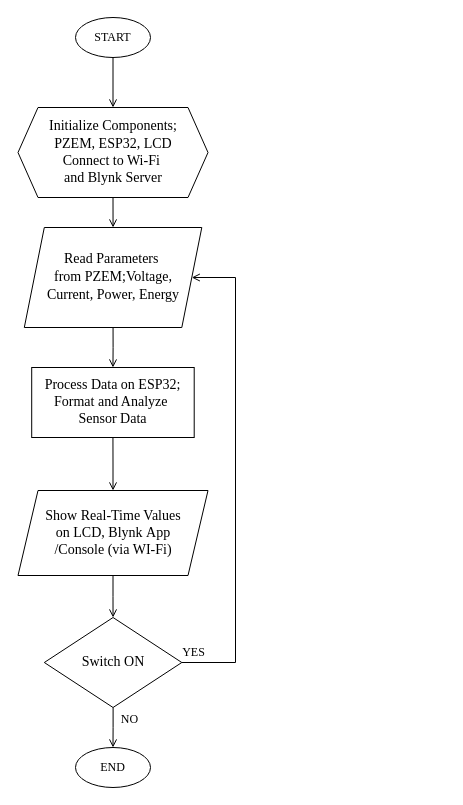
This is Control Flowchart.drawio from Adeolu-Aremu/AIoT-Energy-Meter, a draw.io file, before an edit. Source tidied: cells renumbered, new cells numbered last; positions are measured from the earlier drawing's top-left corner, leaving out a move shared by most shapes. Both pictures are drawn from the tidied source at 100%, with x=0, y=0 at pixel (17, 17).
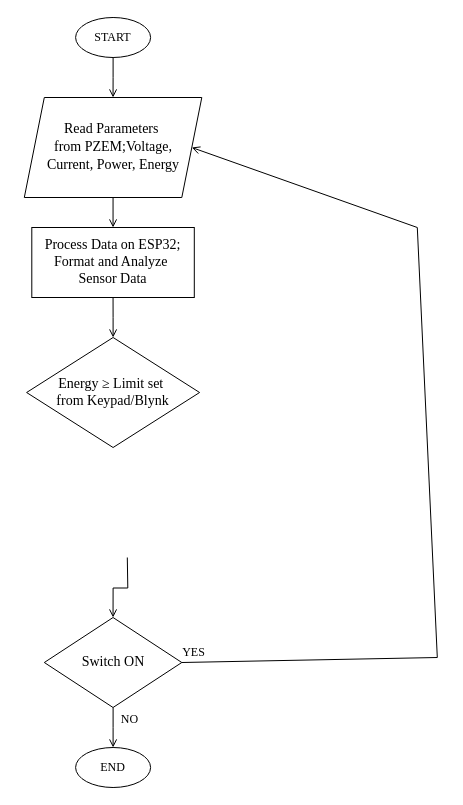
The same page after the edit.

What changed in the source:
```diff
@@
 <mxGraphModel>
   <root>
     <mxCell id="0" />
     <mxCell id="1" parent="0" />
     <mxCell id="2" value="&lt;font face=&quot;Times New Roman&quot;&gt;START&lt;/font&gt;" style="ellipse;whiteSpace=wrap;html=1;" parent="1" vertex="1">
-      <mxGeometry x="58" width="75" height="40" as="geometry" />
+      <mxGeometry x="58.1" width="75" height="40" as="geometry" />
     </mxCell>
     <mxCell id="3" value="&lt;div style=&quot;text-wrap-mode: nowrap;&quot;&gt;&lt;font style=&quot;font-size: 14px;&quot; face=&quot;Times New Roman&quot;&gt;Read Parameters&amp;nbsp;&lt;/font&gt;&lt;/div&gt;&lt;div style=&quot;text-wrap-mode: nowrap;&quot;&gt;&lt;font style=&quot;font-size: 14px;&quot;&gt;&lt;font face=&quot;Times New Roman&quot;&gt;from PZEM;&lt;/font&gt;&lt;span style=&quot;font-family: &amp;quot;Times New Roman&amp;quot;; background-color: transparent; color: light-dark(rgb(0, 0, 0), rgb(255, 255, 255));&quot;&gt;Voltage,&lt;/span&gt;&lt;/font&gt;&lt;/div&gt;&lt;div style=&quot;text-wrap-mode: nowrap;&quot;&gt;&lt;font style=&quot;font-size: 14px;&quot;&gt;&lt;span style=&quot;font-family: &amp;quot;Times New Roman&amp;quot;; background-color: transparent; color: light-dark(rgb(0, 0, 0), rgb(255, 255, 255));&quot;&gt;Current,&amp;nbsp;&lt;/span&gt;&lt;span style=&quot;font-family: &amp;quot;Times New Roman&amp;quot;; background-color: transparent; color: light-dark(rgb(0, 0, 0), rgb(255, 255, 255));&quot;&gt;Power,&amp;nbsp;&lt;/span&gt;&lt;span style=&quot;font-family: &amp;quot;Times New Roman&amp;quot;; background-color: transparent; color: light-dark(rgb(0, 0, 0), rgb(255, 255, 255));&quot;&gt;Energy&lt;/span&gt;&lt;/font&gt;&lt;/div&gt;" style="shape=parallelogram;perimeter=parallelogramPerimeter;whiteSpace=wrap;html=1;fixedSize=1;" parent="1" vertex="1">
-      <mxGeometry x="6.8" y="210" width="177.5" height="100" as="geometry" />
+      <mxGeometry x="6.8" y="80" width="177.5" height="100" as="geometry" />
     </mxCell>
-    <mxCell id="4" style="edgeStyle=orthogonalEdgeStyle;rounded=0;jettySize=auto;html=1;endArrow=open;endFill=0;entryX=0.5;entryY=0;entryDx=0;entryDy=0;entryPerimeter=0;" parent="1" edge="1" source="5" target="9">
-      <mxGeometry relative="1" as="geometry" />
+    <mxCell id="4" style="edgeStyle=orthogonalEdgeStyle;rounded=0;jettySize=auto;html=1;endArrow=open;endFill=0;entryX=0.5;entryY=0;entryDx=0;entryDy=0;entryPerimeter=0;" parent="1" edge="1" target="9">
+      <mxGeometry relative="1" as="geometry">
+        <mxPoint x="109.8" y="540" as="sourcePoint" />
+      </mxGeometry>
     </mxCell>
-    <mxCell id="5" value="&lt;div style=&quot;text-wrap-mode: nowrap;&quot;&gt;&lt;span style=&quot;background-color: transparent; color: light-dark(rgb(0, 0, 0), rgb(255, 255, 255));&quot;&gt;&lt;font style=&quot;font-size: 14px;&quot; face=&quot;Times New Roman&quot;&gt;Show Real-Time Values&lt;/font&gt;&lt;/span&gt;&lt;/div&gt;&lt;div style=&quot;text-wrap-mode: nowrap;&quot;&gt;&lt;font style=&quot;font-size: 14px; background-color: transparent; color: light-dark(rgb(0, 0, 0), rgb(255, 255, 255));&quot; face=&quot;Times New Roman&quot;&gt;&amp;nbsp;on LCD,&lt;/font&gt;&lt;span style=&quot;font-size: 14px; background-color: transparent; color: light-dark(rgb(0, 0, 0), rgb(255, 255, 255)); font-family: &amp;quot;Times New Roman&amp;quot;;&quot;&gt;&amp;nbsp;Blynk&amp;nbsp;&lt;/span&gt;&lt;span style=&quot;font-size: 14px; font-family: &amp;quot;Times New Roman&amp;quot;; background-color: transparent; color: light-dark(rgb(0, 0, 0), rgb(255, 255, 255));&quot;&gt;App&amp;nbsp;&lt;/span&gt;&lt;/div&gt;&lt;div style=&quot;text-wrap-mode: nowrap;&quot;&gt;&lt;span style=&quot;font-size: 14px; font-family: &amp;quot;Times New Roman&amp;quot;; background-color: transparent; color: light-dark(rgb(0, 0, 0), rgb(255, 255, 255));&quot;&gt;/Console (via WI-Fi)&lt;/span&gt;&lt;/div&gt;" style="shape=parallelogram;perimeter=parallelogramPerimeter;whiteSpace=wrap;html=1;fixedSize=1;" parent="1" vertex="1">
-      <mxGeometry x="0.5" y="473" width="190" height="85" as="geometry" />
-    </mxCell>
     <mxCell id="6" value="&lt;font face=&quot;Times New Roman&quot;&gt;END&lt;/font&gt;" style="ellipse;whiteSpace=wrap;html=1;" parent="1" vertex="1">
-      <mxGeometry x="58" y="730" width="75" height="40" as="geometry" />
+      <mxGeometry x="58.1" y="730" width="75" height="40" as="geometry" />
     </mxCell>
     <mxCell id="7" style="endArrow=open;html=1;rounded=0;exitX=1;exitY=0.5;exitDx=0;exitDy=0;entryX=1;entryY=0.5;entryDx=0;entryDy=0;endFill=0;exitPerimeter=0;" parent="1" edge="1" source="9" target="3">
       <mxGeometry relative="1" as="geometry">
         <Array as="points">
-          <mxPoint x="218" y="645" />
-          <mxPoint x="218" y="260" />
+          <mxPoint x="419.8" y="640" />
+          <mxPoint x="399.8" y="210" />
         </Array>
       </mxGeometry>
     </mxCell>
     <mxCell id="8" style="edgeStyle=orthogonalEdgeStyle;rounded=0;jettySize=auto;html=1;endArrow=open;endFill=0;" parent="1" edge="1" source="9" target="6">
       <mxGeometry relative="1" as="geometry" />
     </mxCell>
     <mxCell id="9" value="&lt;font style=&quot;font-size: 14px;&quot; face=&quot;Times New Roman&quot;&gt;Switch ON&lt;/font&gt;" style="strokeWidth=1;html=1;shape=mxgraph.flowchart.decision;whiteSpace=wrap;" parent="1" vertex="1">
       <mxGeometry x="26.8" y="600" width="137.5" height="90" as="geometry" />
     </mxCell>
     <mxCell id="10" value="&lt;h6&gt;&lt;span style=&quot;color: light-dark(rgb(0, 0, 0), rgb(255, 255, 255)); font-weight: normal;&quot;&gt;&lt;font style=&quot;font-size: 12px;&quot; face=&quot;Times New Roman&quot;&gt;NO&lt;/font&gt;&lt;/span&gt;&lt;/h6&gt;&lt;div&gt;&lt;/div&gt;" style="text;html=1;align=center;verticalAlign=middle;strokeColor=none;fillColor=none;" parent="1" vertex="1">
-      <mxGeometry x="92" y="667" width="40" height="70" as="geometry" />
+      <mxGeometry x="92.1" y="667" width="40" height="70" as="geometry" />
     </mxCell>
     <mxCell id="11" value="&lt;div style=&quot;text-wrap-mode: nowrap;&quot;&gt;&lt;font style=&quot;font-size: 14px;&quot; face=&quot;Times New Roman&quot;&gt;Process Data on ESP32;&lt;/font&gt;&lt;/div&gt;&lt;div style=&quot;text-wrap-mode: nowrap;&quot;&gt;&lt;font style=&quot;font-size: 14px;&quot; face=&quot;Times New Roman&quot;&gt;Format and Analyze&amp;nbsp;&lt;/font&gt;&lt;/div&gt;&lt;div style=&quot;text-wrap-mode: nowrap;&quot;&gt;&lt;font style=&quot;font-size: 14px;&quot; face=&quot;Times New Roman&quot;&gt;Sensor Data&lt;/font&gt;&lt;/div&gt;" style="rounded=0;whiteSpace=wrap;html=1;" parent="1" vertex="1">
-      <mxGeometry x="14.2" y="350" width="162.5" height="70" as="geometry" />
+      <mxGeometry x="14.3" y="210" width="162.5" height="70" as="geometry" />
     </mxCell>
-    <mxCell id="12" style="edgeStyle=orthogonalEdgeStyle;rounded=0;jettySize=auto;html=1;endArrow=open;endFill=0;exitX=0.5;exitY=1;exitDx=0;exitDy=0;entryX=0.5;entryY=0;entryDx=0;entryDy=0;" parent="1" edge="1" source="11" target="5">
+    <mxCell id="12" style="edgeStyle=orthogonalEdgeStyle;rounded=0;jettySize=auto;html=1;endArrow=open;endFill=0;exitX=0.5;exitY=1;exitDx=0;exitDy=0;entryX=0;entryY=0.5;entryDx=0;entryDy=0;" parent="1" edge="1" source="11" target="18">
       <mxGeometry relative="1" as="geometry" />
     </mxCell>
     <mxCell id="13" value="&lt;h6&gt;&lt;span style=&quot;color: light-dark(rgb(0, 0, 0), rgb(255, 255, 255)); font-weight: normal;&quot;&gt;&lt;font style=&quot;font-size: 12px;&quot; face=&quot;Times New Roman&quot;&gt;YES&lt;/font&gt;&lt;/span&gt;&lt;/h6&gt;&lt;div&gt;&lt;/div&gt;" style="text;html=1;align=center;verticalAlign=middle;strokeColor=none;fillColor=none;" parent="1" vertex="1">
-      <mxGeometry x="150.5" y="600" width="50" height="70" as="geometry" />
+      <mxGeometry x="150.6" y="600" width="50" height="70" as="geometry" />
     </mxCell>
     <mxCell id="14" style="edgeStyle=orthogonalEdgeStyle;rounded=0;jettySize=auto;html=1;endArrow=open;endFill=0;exitX=0.5;exitY=1;exitDx=0;exitDy=0;entryX=0.5;entryY=0;entryDx=0;entryDy=0;" parent="1" edge="1" source="3" target="11">
       <mxGeometry relative="1" as="geometry" />
     </mxCell>
-    <mxCell id="15" style="edgeStyle=orthogonalEdgeStyle;rounded=0;jettySize=auto;html=1;endArrow=open;endFill=0;exitX=0.5;exitY=1;exitDx=0;exitDy=0;entryX=0.5;entryY=0;entryDx=0;entryDy=0;" parent="1" edge="1" source="16" target="3">
-      <mxGeometry relative="1" as="geometry" />
-    </mxCell>
-    <mxCell id="16" value="&lt;span style=&quot;color: light-dark(rgb(0, 0, 0), rgb(255, 255, 255)); text-wrap-mode: nowrap; background-color: transparent;&quot;&gt;&lt;font style=&quot;font-size: 14px;&quot; face=&quot;Times New Roman&quot;&gt;Initialize Components;&lt;/font&gt;&lt;/span&gt;&lt;div style=&quot;text-wrap-mode: nowrap;&quot;&gt;&lt;font style=&quot;font-size: 14px;&quot;&gt;&lt;font face=&quot;Times New Roman&quot;&gt;PZEM,&amp;nbsp;&lt;/font&gt;&lt;span style=&quot;font-family: &amp;quot;Times New Roman&amp;quot;; background-color: transparent; color: light-dark(rgb(0, 0, 0), rgb(255, 255, 255));&quot;&gt;ESP32,&amp;nbsp;&lt;/span&gt;&lt;span style=&quot;font-family: &amp;quot;Times New Roman&amp;quot;; background-color: transparent; color: light-dark(rgb(0, 0, 0), rgb(255, 255, 255));&quot;&gt;LCD&lt;/span&gt;&lt;/font&gt;&lt;/div&gt;&lt;div style=&quot;text-wrap-mode: nowrap;&quot;&gt;&lt;font style=&quot;font-size: 14px;&quot; face=&quot;Times New Roman&quot;&gt;Connect to Wi-Fi&amp;nbsp;&lt;/font&gt;&lt;/div&gt;&lt;div style=&quot;text-wrap-mode: nowrap;&quot;&gt;&lt;font style=&quot;font-size: 14px;&quot;&gt;&lt;font style=&quot;&quot; face=&quot;Times New Roman&quot;&gt;and&amp;nbsp;&lt;/font&gt;&lt;span style=&quot;font-family: &amp;quot;Times New Roman&amp;quot;; background-color: transparent; color: light-dark(rgb(0, 0, 0), rgb(255, 255, 255));&quot;&gt;Blynk Server&lt;/span&gt;&lt;/font&gt;&lt;/div&gt;" style="shape=hexagon;perimeter=hexagonPerimeter2;whiteSpace=wrap;html=1;fixedSize=1;" parent="1" vertex="1">
-      <mxGeometry x="0.5" y="90" width="190" height="90" as="geometry" />
-    </mxCell>
-    <mxCell id="17" style="edgeStyle=orthogonalEdgeStyle;rounded=0;jettySize=auto;html=1;endArrow=open;endFill=0;exitX=0.5;exitY=1;exitDx=0;exitDy=0;entryX=0.5;entryY=0;entryDx=0;entryDy=0;" parent="1" edge="1" source="2" target="16">
+    <mxCell id="17" style="edgeStyle=orthogonalEdgeStyle;rounded=0;jettySize=auto;html=1;endArrow=open;endFill=0;exitX=0.5;exitY=1;exitDx=0;exitDy=0;entryX=0.5;entryY=0;entryDx=0;entryDy=0;" parent="1" edge="1" source="2" target="3">
       <mxGeometry relative="1" as="geometry" />
     </mxCell>
+    <mxCell id="18" value="&lt;div style=&quot;forced-color-adjust: none; color: rgb(0, 0, 0); font-style: normal; font-variant-ligatures: normal; font-variant-caps: normal; font-weight: 400; letter-spacing: normal; orphans: 2; text-align: center; text-indent: 0px; text-transform: none; widows: 2; word-spacing: 0px; -webkit-text-stroke-width: 0px; white-space: nowrap; text-decoration-thickness: initial; text-decoration-style: initial; text-decoration-color: initial;&quot;&gt;&lt;font style=&quot;font-size: 14px;&quot; face=&quot;Times New Roman&quot;&gt;Energy &lt;span style=&quot;background-color: transparent; color: light-dark(rgb(0, 0, 0), rgb(255, 255, 255)); text-wrap-mode: wrap;&quot;&gt;≥ Limit set&amp;nbsp;&lt;/span&gt;&lt;/font&gt;&lt;/div&gt;&lt;div style=&quot;forced-color-adjust: none; color: rgb(0, 0, 0); font-style: normal; font-variant-ligatures: normal; font-variant-caps: normal; font-weight: 400; letter-spacing: normal; orphans: 2; text-align: center; text-indent: 0px; text-transform: none; widows: 2; word-spacing: 0px; -webkit-text-stroke-width: 0px; white-space: nowrap; text-decoration-thickness: initial; text-decoration-style: initial; text-decoration-color: initial;&quot;&gt;&lt;font style=&quot;font-size: 14px;&quot; face=&quot;Times New Roman&quot;&gt;&lt;span style=&quot;background-color: transparent; color: light-dark(rgb(0, 0, 0), rgb(255, 255, 255)); text-wrap-mode: wrap;&quot;&gt;from Keypad/Blynk&lt;/span&gt;&lt;/font&gt;&lt;/div&gt;" style="rhombus;whiteSpace=wrap;html=1;direction=south;" parent="1" vertex="1">
+      <mxGeometry x="9.1" y="320" width="173" height="110" as="geometry" />
+    </mxCell>
   </root>
 </mxGraphModel>
```
